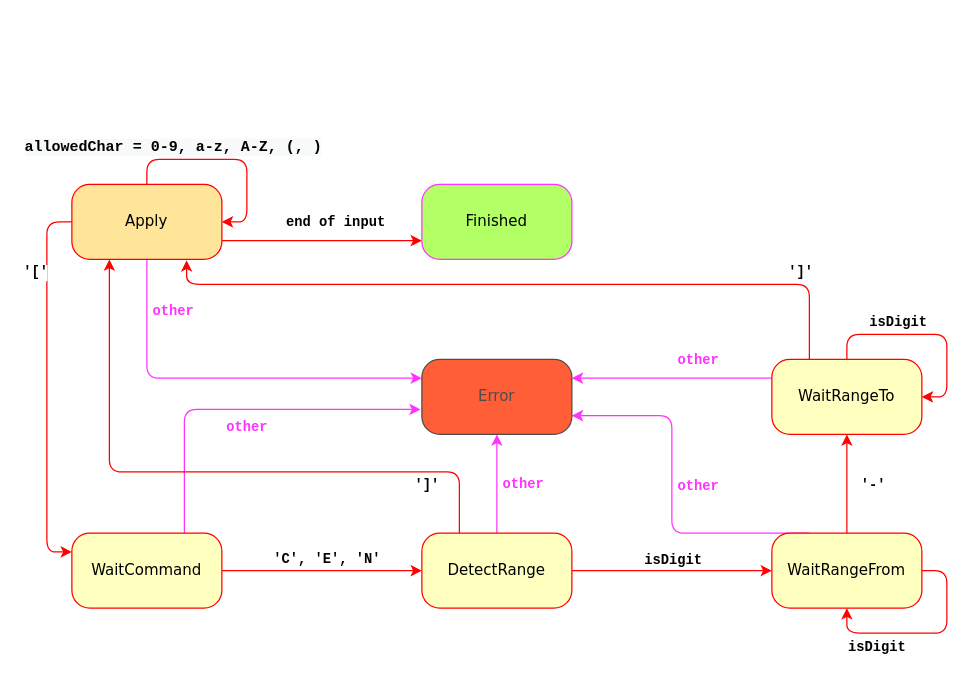
Before: doc/ActionParser-state-machine.drawio in rosneru/MultiRename, a draw.io diagram. Source tidied: cells renumbered, new cells numbered last; positions are measured from the earlier drawing's top-left corner, leaving out a move shared by most shapes. Both pictures are drawn from the tidied source at 125%, with x=0, y=0 at pixel (34, 184).
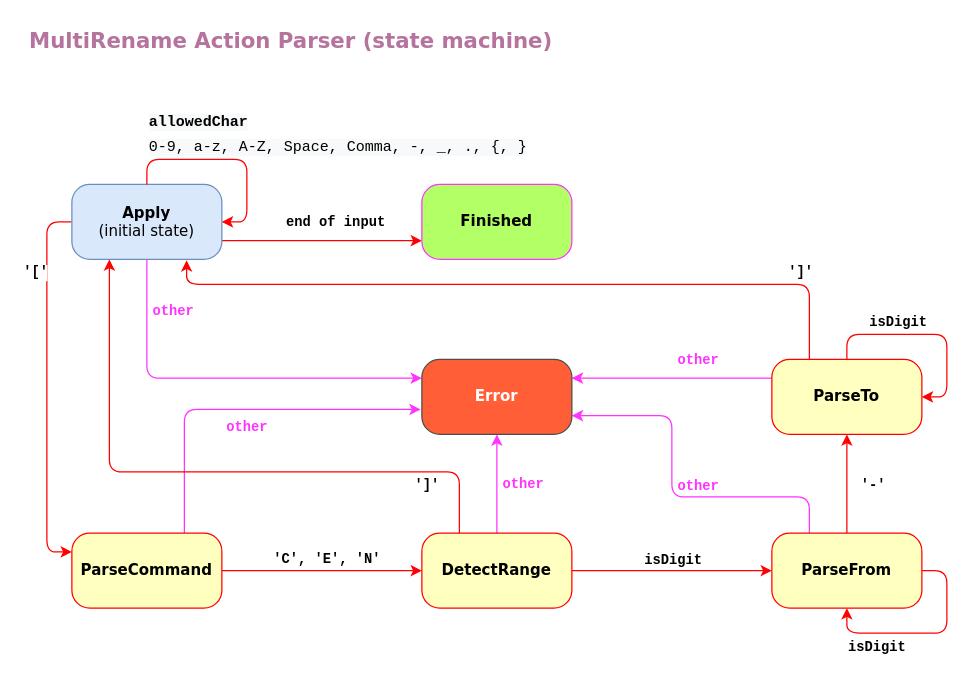
The same page after the edit.

Commit message (it also covers changes not shown here):
Updated state diagram

Unchanged cells that the change refers to:
```xml
<mxCell id="32" style="edgeStyle=orthogonalEdgeStyle;rounded=1;orthogonalLoop=1;jettySize=auto;html=1;exitX=0.5;exitY=0;exitDx=0;exitDy=0;entryX=1;entryY=0.5;entryDx=0;entryDy=0;strokeColor=#FF0000;" parent="1" edge="1" source="12" target="12">
  <mxGeometry relative="1" as="geometry" />
</mxCell>
```

Diff of the diagram source:
```diff
@@
-    <mxCell id="6" value="WaitCommand" style="rounded=1;whiteSpace=wrap;html=1;arcSize=24;fillColor=#FFFFC0;strokeColor=#ff0000;shadow=0;comic=0;labelBackgroundColor=none;fontFamily=Verdana;fontSize=12;fontColor=#000000;align=center;" parent="1" vertex="1">
+    <mxCell id="6" value="&lt;b&gt;ParseCommand&lt;/b&gt;" style="rounded=1;whiteSpace=wrap;html=1;arcSize=24;fillColor=#FFFFC0;strokeColor=#ff0000;shadow=0;comic=0;labelBackgroundColor=none;fontFamily=Verdana;fontSize=12;fontColor=#000000;align=center;" parent="1" vertex="1">
       <mxGeometry x="30" y="279" width="120" height="60" as="geometry" />
     </mxCell>
@@
-    <mxCell id="12" value="Apply" style="rounded=1;whiteSpace=wrap;html=1;arcSize=24;fillColor=#FFE599;strokeColor=#ff0000;shadow=0;comic=0;labelBackgroundColor=none;fontFamily=Verdana;fontSize=12;fontColor=#000000;align=center;" parent="1" vertex="1">
+    <mxCell id="12" value="&lt;b&gt;Apply&lt;/b&gt;&lt;br&gt;(initial state)" style="rounded=1;whiteSpace=wrap;html=1;arcSize=24;fillColor=#dae8fc;strokeColor=#6c8ebf;shadow=0;comic=0;labelBackgroundColor=none;fontFamily=Verdana;fontSize=12;align=center;" parent="1" vertex="1">
       <mxGeometry x="30" width="120" height="60" as="geometry" />
     </mxCell>
@@
     <mxCell id="15" style="edgeStyle=orthogonalEdgeStyle;rounded=1;jettySize=auto;html=1;exitX=0.25;exitY=0;exitDx=0;exitDy=0;entryX=1;entryY=0.75;entryDx=0;entryDy=0;fontFamily=Courier New;fontColor=#FF33FF;strokeColor=#FF33FF;" parent="1" edge="1" source="17" target="30">
       <mxGeometry relative="1" as="geometry">
         <Array as="points">
-          <mxPoint x="510" y="279" />
+          <mxPoint x="620" y="250" />
+          <mxPoint x="510" y="250" />
           <mxPoint x="510" y="185" />
         </Array>
       </mxGeometry>
     </mxCell>
@@
-    <mxCell id="17" value="WaitRangeFrom" style="rounded=1;whiteSpace=wrap;html=1;arcSize=24;fillColor=#ffffc0;strokeColor=#ff0000;shadow=0;comic=0;labelBackgroundColor=none;fontFamily=Verdana;fontSize=12;fontColor=#000000;align=center;" parent="1" vertex="1">
+    <mxCell id="17" value="&lt;b&gt;ParseFrom&lt;/b&gt;" style="rounded=1;whiteSpace=wrap;html=1;arcSize=24;fillColor=#ffffc0;strokeColor=#ff0000;shadow=0;comic=0;labelBackgroundColor=none;fontFamily=Verdana;fontSize=12;fontColor=#000000;align=center;" parent="1" vertex="1">
       <mxGeometry x="590" y="279" width="120" height="60" as="geometry" />
     </mxCell>
@@
-    <mxCell id="24" value="DetectRange" style="rounded=1;whiteSpace=wrap;html=1;arcSize=24;fillColor=#FFFFC0;strokeColor=#ff0000;shadow=0;comic=0;labelBackgroundColor=none;fontFamily=Verdana;fontSize=12;fontColor=#000000;align=center;" parent="1" vertex="1">
+    <mxCell id="24" value="&lt;b&gt;DetectRange&lt;/b&gt;" style="rounded=1;whiteSpace=wrap;html=1;arcSize=24;fillColor=#FFFFC0;strokeColor=#ff0000;shadow=0;comic=0;labelBackgroundColor=none;fontFamily=Verdana;fontSize=12;fontColor=#000000;align=center;" parent="1" vertex="1">
       <mxGeometry x="310" y="279" width="120" height="60" as="geometry" />
     </mxCell>
@@
-    <mxCell id="29" value="WaitRangeTo" style="rounded=1;whiteSpace=wrap;html=1;arcSize=24;fillColor=#ffffc0;strokeColor=#ff0000;shadow=0;comic=0;labelBackgroundColor=none;fontFamily=Verdana;fontSize=12;fontColor=#000000;align=center;" parent="1" vertex="1">
+    <mxCell id="29" value="&lt;b&gt;ParseTo&lt;/b&gt;" style="rounded=1;whiteSpace=wrap;html=1;arcSize=24;fillColor=#ffffc0;strokeColor=#ff0000;shadow=0;comic=0;labelBackgroundColor=none;fontFamily=Verdana;fontSize=12;fontColor=#000000;align=center;" parent="1" vertex="1">
       <mxGeometry x="590" y="140" width="120" height="60" as="geometry" />
     </mxCell>
-    <mxCell id="30" value="Error" style="rounded=1;whiteSpace=wrap;html=1;arcSize=24;fillColor=#FF5E36;strokeColor=#4D4D4D;shadow=0;comic=0;labelBackgroundColor=none;fontFamily=Verdana;fontSize=12;fontColor=#4D4D4D;align=center;" parent="1" vertex="1">
+    <mxCell id="30" value="&lt;font color=&quot;#ffffff&quot;&gt;&lt;b&gt;Error&lt;/b&gt;&lt;/font&gt;" style="rounded=1;whiteSpace=wrap;html=1;arcSize=24;fillColor=#FF5E36;strokeColor=#4D4D4D;shadow=0;comic=0;labelBackgroundColor=none;fontFamily=Verdana;fontSize=12;fontColor=#4D4D4D;align=center;" parent="1" vertex="1">
       <mxGeometry x="310" y="140" width="120" height="60" as="geometry" />
     </mxCell>
@@
-    <mxCell id="33" value="&lt;span style=&quot;font-size: 12px ; background-color: rgb(248 , 249 , 250)&quot;&gt;allowedChar = 0-9, a-z, A-Z, (, )&lt;/span&gt;" style="edgeLabel;html=1;align=center;verticalAlign=middle;fontStyle=1;fontFamily=Courier New;" parent="32" vertex="1">
+    <mxCell id="33" value="&lt;span style=&quot;font-size: 12px ; background-color: rgb(248 , 249 , 250)&quot;&gt;allowedChar&lt;/span&gt;" style="edgeLabel;html=1;align=left;verticalAlign=middle;fontStyle=1;fontFamily=Courier New;" parent="32" vertex="1">
       <mxGeometry x="-0.54" y="2" relative="1" as="geometry">
-        <mxPoint x="1" y="-8" as="offset" />
+        <mxPoint x="-19" y="-28" as="offset" />
       </mxGeometry>
     </mxCell>
-    <mxCell id="34" value="Finished" style="rounded=1;whiteSpace=wrap;html=1;arcSize=24;fillColor=#B3FF66;strokeColor=#FF33FF;shadow=0;comic=0;labelBackgroundColor=none;fontFamily=Verdana;fontSize=12;fontColor=#000000;align=center;" parent="1" vertex="1">
+    <mxCell id="34" value="&lt;b&gt;Finished&lt;/b&gt;" style="rounded=1;whiteSpace=wrap;html=1;arcSize=24;fillColor=#B3FF66;strokeColor=#FF33FF;shadow=0;comic=0;labelBackgroundColor=none;fontFamily=Verdana;fontSize=12;fontColor=#000000;align=center;" parent="1" vertex="1">
       <mxGeometry x="310" width="120" height="60" as="geometry" />
     </mxCell>
@@
+    <mxCell id="39" value="&lt;font color=&quot;#b5739d&quot; style=&quot;font-size: 17px&quot;&gt;MultiRename Action Parser (state machine)&lt;/font&gt;" style="text;html=1;align=center;verticalAlign=middle;strokeColor=none;fillColor=none;fontColor=#FFFFFF;fontFamily=Verdana;fontSize=17;fontStyle=1;" parent="1" vertex="1">
+      <mxGeometry x="-10" y="-130" width="430" height="30" as="geometry" />
+    </mxCell>
+    <mxCell id="40" value="&lt;span style=&quot;font-size: 12px ; background-color: rgb(248 , 249 , 250)&quot;&gt;&lt;span style=&quot;font-weight: normal&quot;&gt;0-9, a-z, A-Z, Space, Comma, -, _, ., {, }&lt;/span&gt;&lt;/span&gt;" style="edgeLabel;html=1;align=left;verticalAlign=middle;fontStyle=1;fontFamily=Courier New;" parent="1" vertex="1">
+      <mxGeometry x="90" y="-30" as="geometry" />
+    </mxCell>
```
